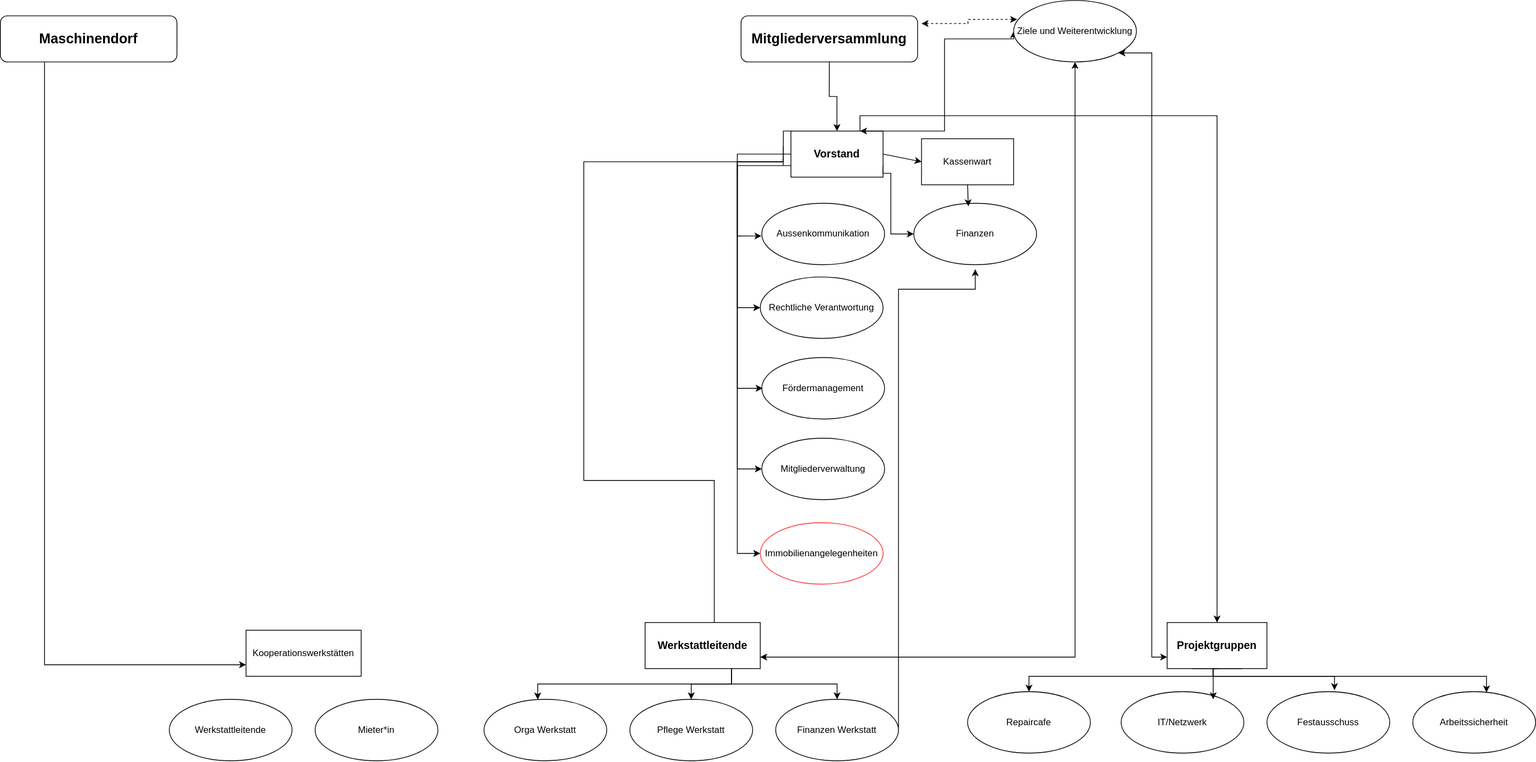
garagelab-dus/organigram keeps this draw.io diagram as Garagelab.drawio.svg. Above is the earlier version. Source tidied: cells renumbered, new cells last; positions are measured from the earlier drawing's top-left corner, leaving out a move shared by most shapes.
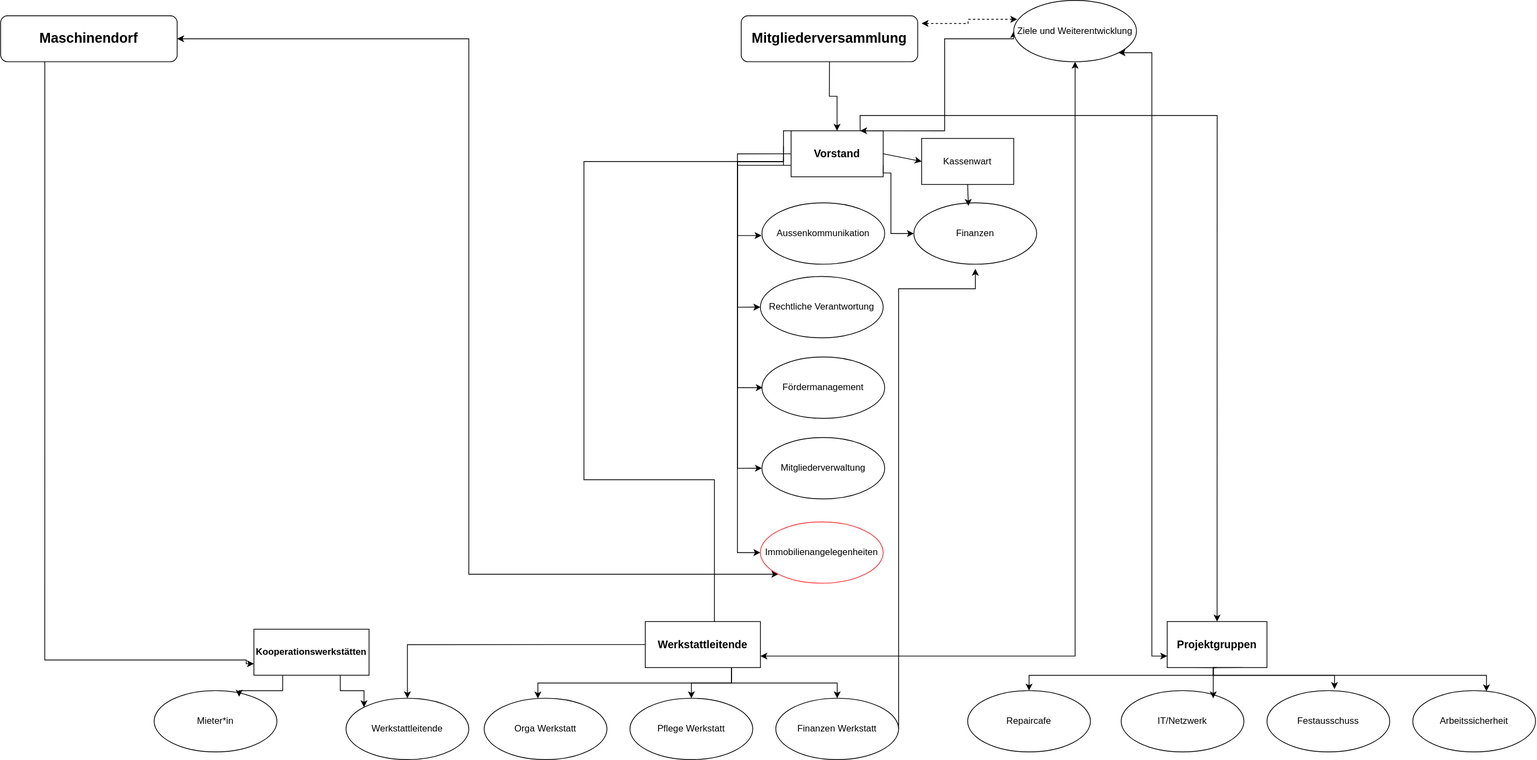
After the commit.

Change to the diagram source:
```diff
@@ -81,6 +81,9 @@
     <mxCell id="19" style="edgeStyle=orthogonalEdgeStyle;rounded=0;jettySize=auto;html=1;exitX=0.75;exitY=1;exitDx=0;exitDy=0;" parent="1" edge="1" source="20" target="22">
       <mxGeometry relative="1" as="geometry" />
     </mxCell>
+    <mxCell id="49" style="edgeStyle=orthogonalEdgeStyle;rounded=0;jettySize=auto;html=1;exitX=0;exitY=0.5;exitDx=0;exitDy=0;entryX=0.5;entryY=0;entryDx=0;entryDy=0;" parent="1" edge="1" source="20" target="45">
+      <mxGeometry relative="1" as="geometry" />
+    </mxCell>
     <mxCell id="20" value="&lt;h3&gt;Werkstattleitende&lt;/h3&gt;" style="rounded=0;whiteSpace=wrap;html=1;" parent="1" vertex="1">
       <mxGeometry x="839.9" y="810" width="150" height="60" as="geometry" />
     </mxCell>
@@ -194,6 +197,9 @@
     <mxCell id="38" value="Mitgliederverwaltung" style="ellipse;whiteSpace=wrap;html=1;" parent="1" vertex="1">
       <mxGeometry x="991.9" y="570" width="160" height="80" as="geometry" />
     </mxCell>
+    <mxCell id="50" style="edgeStyle=orthogonalEdgeStyle;rounded=0;jettySize=auto;html=1;exitX=0;exitY=1;exitDx=0;exitDy=0;entryX=1;entryY=0.5;entryDx=0;entryDy=0;startArrow=classic;startFill=1;" parent="1" edge="1" source="39" target="48">
+      <mxGeometry relative="1" as="geometry" />
+    </mxCell>
     <mxCell id="39" value="Immobilienangelegenheiten" style="ellipse;whiteSpace=wrap;html=1;strokeColor=#FF3333;" parent="1" vertex="1">
       <mxGeometry x="989.9" y="680" width="160" height="80" as="geometry" />
     </mxCell>
@@ -214,20 +220,31 @@
     <mxCell id="43" value="Ziele und Weiterentwicklung" style="ellipse;whiteSpace=wrap;html=1;" parent="1" vertex="1">
       <mxGeometry x="1320" width="160" height="80" as="geometry" />
     </mxCell>
+    <mxCell id="51" style="edgeStyle=orthogonalEdgeStyle;rounded=0;jettySize=auto;html=1;exitX=0.75;exitY=1;exitDx=0;exitDy=0;entryX=0;entryY=0;entryDx=0;entryDy=0;" parent="1" edge="1" source="44" target="45">
+      <mxGeometry relative="1" as="geometry" />
+    </mxCell>
-    <mxCell id="44" value="Kooperationswerkstätten" style="rounded=0;whiteSpace=wrap;html=1;" parent="1" vertex="1">
-      <mxGeometry x="320" y="820" width="150" height="60" as="geometry" />
+    <mxCell id="44" value="&lt;b&gt;Kooperationswerkstätten&lt;/b&gt;" style="rounded=0;whiteSpace=wrap;html=1;" parent="1" vertex="1">
+      <mxGeometry x="330" y="820" width="150" height="60" as="geometry" />
     </mxCell>
     <mxCell id="45" value="Werkstattleitende" style="ellipse;whiteSpace=wrap;html=1;" parent="1" vertex="1">
-      <mxGeometry x="220" y="910" width="160" height="80" as="geometry" />
+      <mxGeometry x="450" y="910" width="160" height="80" as="geometry" />
     </mxCell>
     <mxCell id="46" value="Mieter*in" style="ellipse;whiteSpace=wrap;html=1;" parent="1" vertex="1">
-      <mxGeometry x="410" y="910" width="160" height="80" as="geometry" />
+      <mxGeometry x="200" y="900" width="160" height="80" as="geometry" />
     </mxCell>
     <mxCell id="47" style="edgeStyle=orthogonalEdgeStyle;rounded=0;jettySize=auto;html=1;exitX=0.25;exitY=1;exitDx=0;exitDy=0;entryX=0;entryY=0.75;entryDx=0;entryDy=0;" parent="1" edge="1" source="48" target="44">
-      <mxGeometry relative="1" as="geometry" />
+      <mxGeometry relative="1" as="geometry">
+        <Array as="points">
+          <mxPoint x="58" y="860" />
+          <mxPoint x="320" y="860" />
+        </Array>
+      </mxGeometry>
     </mxCell>
     <mxCell id="48" value="&lt;h2&gt;Maschinendorf&lt;/h2&gt;" style="rounded=1;whiteSpace=wrap;html=1;" parent="1" vertex="1">
       <mxGeometry y="20" width="230" height="60" as="geometry" />
     </mxCell>
+    <mxCell id="52" style="edgeStyle=orthogonalEdgeStyle;rounded=0;jettySize=auto;html=1;exitX=0.25;exitY=1;exitDx=0;exitDy=0;entryX=0.692;entryY=0.1;entryDx=0;entryDy=0;entryPerimeter=0;" parent="1" edge="1" source="44" target="46">
+      <mxGeometry relative="1" as="geometry" />
+    </mxCell>
   </root>
 </mxGraphModel>
```
